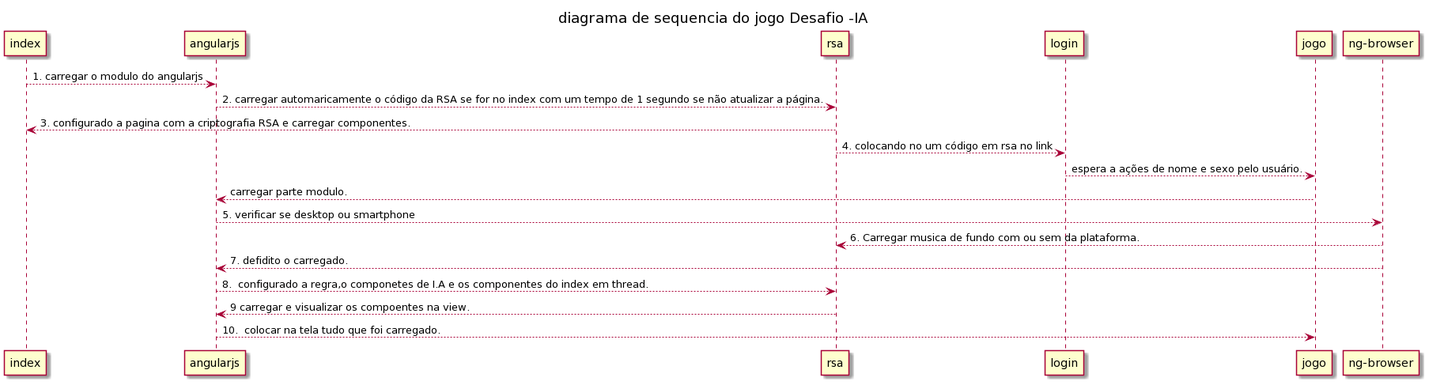
Before: imagens/diagrama de sequencia do jogo.png, a diagram exported from PlantUML (guimaraesprogramador/Desafio).
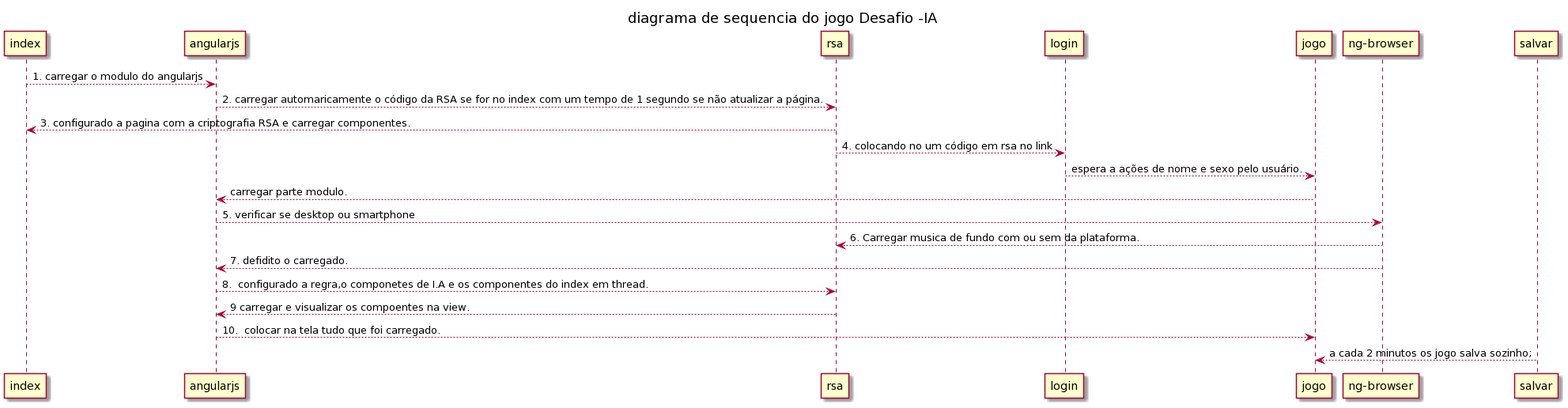
Above is the later version.

Change to the diagram source:
```diff
@@ -13,4 +13,5 @@
 "rsa" <-- "angularjs":8.  configurado a regra,o componetes de I.A e os componentes do index em thread.
 "rsa" --> "angularjs":9 carregar e visualizar os compoentes na view.
 "angularjs" -->"jogo" :10.  colocar na tela tudo que foi carregado.
+"salvar" --> "jogo": a cada 2 minutos os jogo salva sozinho;
 @enduml
```
